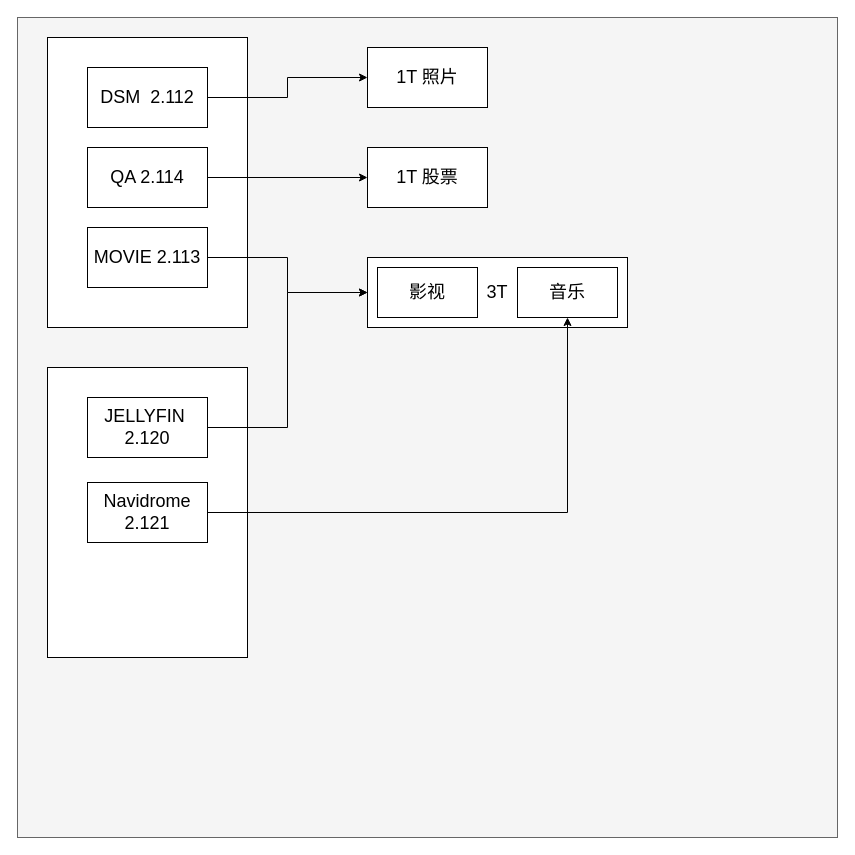
The draw.io diagram src/pve拓扑.drawio in yehonghao/draw, before the edit. Source tidied: cells renumbered, new cells numbered last; positions are measured from the earlier drawing's top-left corner, leaving out a move shared by most shapes. Both pictures are drawn from the tidied source at 100%, with x=0, y=0 at pixel (17, 17).
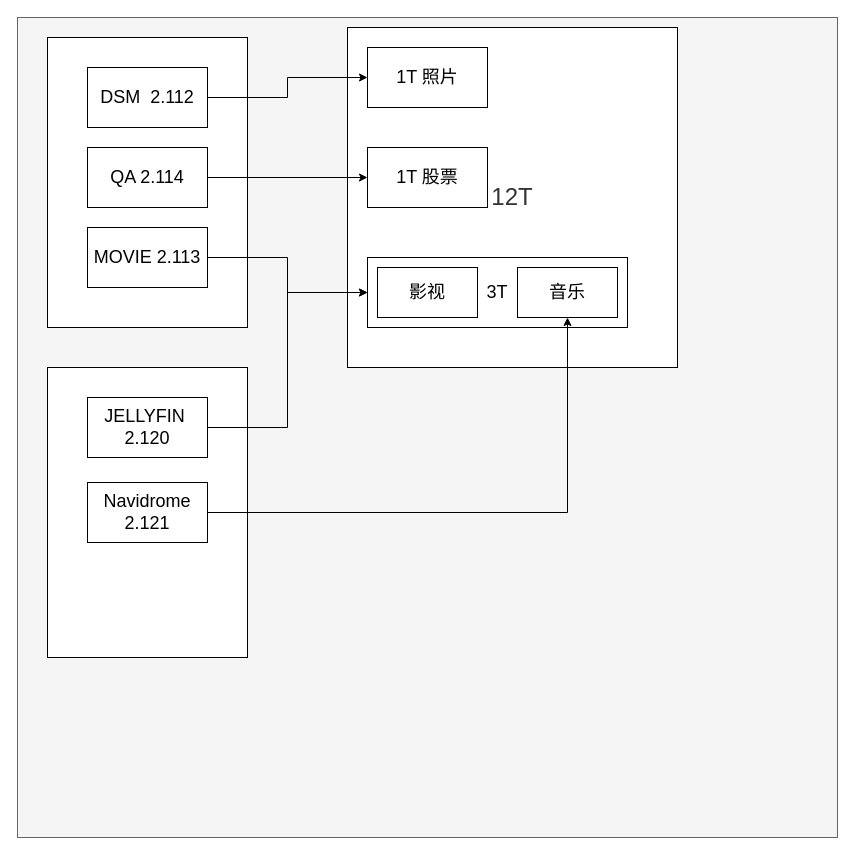
The same page after the edit.

Change to the diagram source:
```diff
@@
+    <mxCell id="20" value="&lt;span style=&quot;color: rgb(51 , 51 , 51) ; font-size: 24px&quot;&gt;12T&lt;/span&gt;" style="rounded=0;whiteSpace=wrap;html=1;fontSize=18;" parent="1" vertex="1">
+      <mxGeometry x="330" y="10" width="330" height="340" as="geometry" />
+    </mxCell>
```
